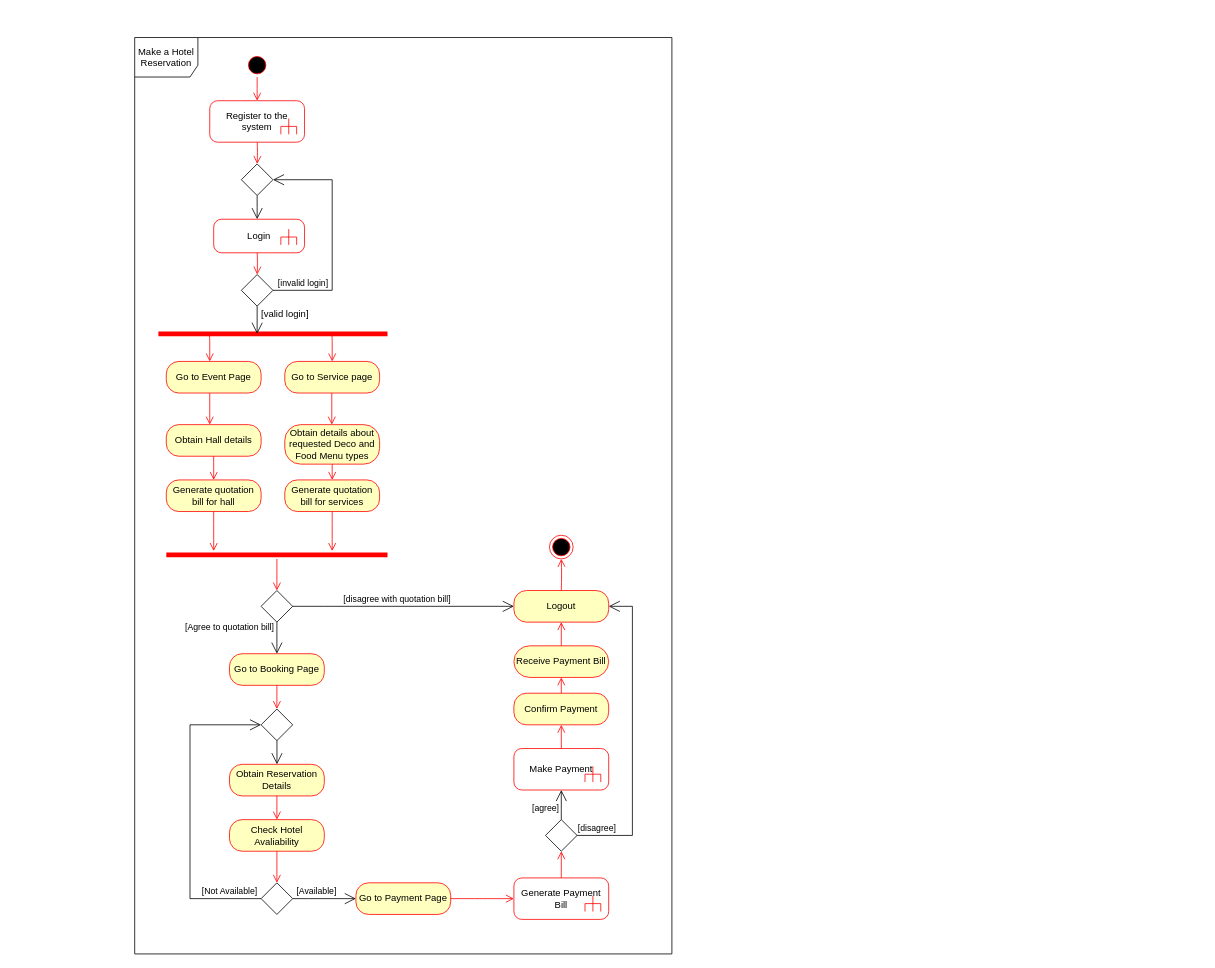
YuchiraJA/ITP-Project-Diagrams keeps this draw.io diagram as Activity Diagram - View Library items(Student).drawio. Above is the earlier version. Source tidied: cells renumbered, new cells numbered last; positions are measured from the earlier drawing's top-left corner, leaving out a move shared by most shapes. Both pictures are drawn from the tidied source at 79%, with x=0, y=0 at pixel (134, 37).
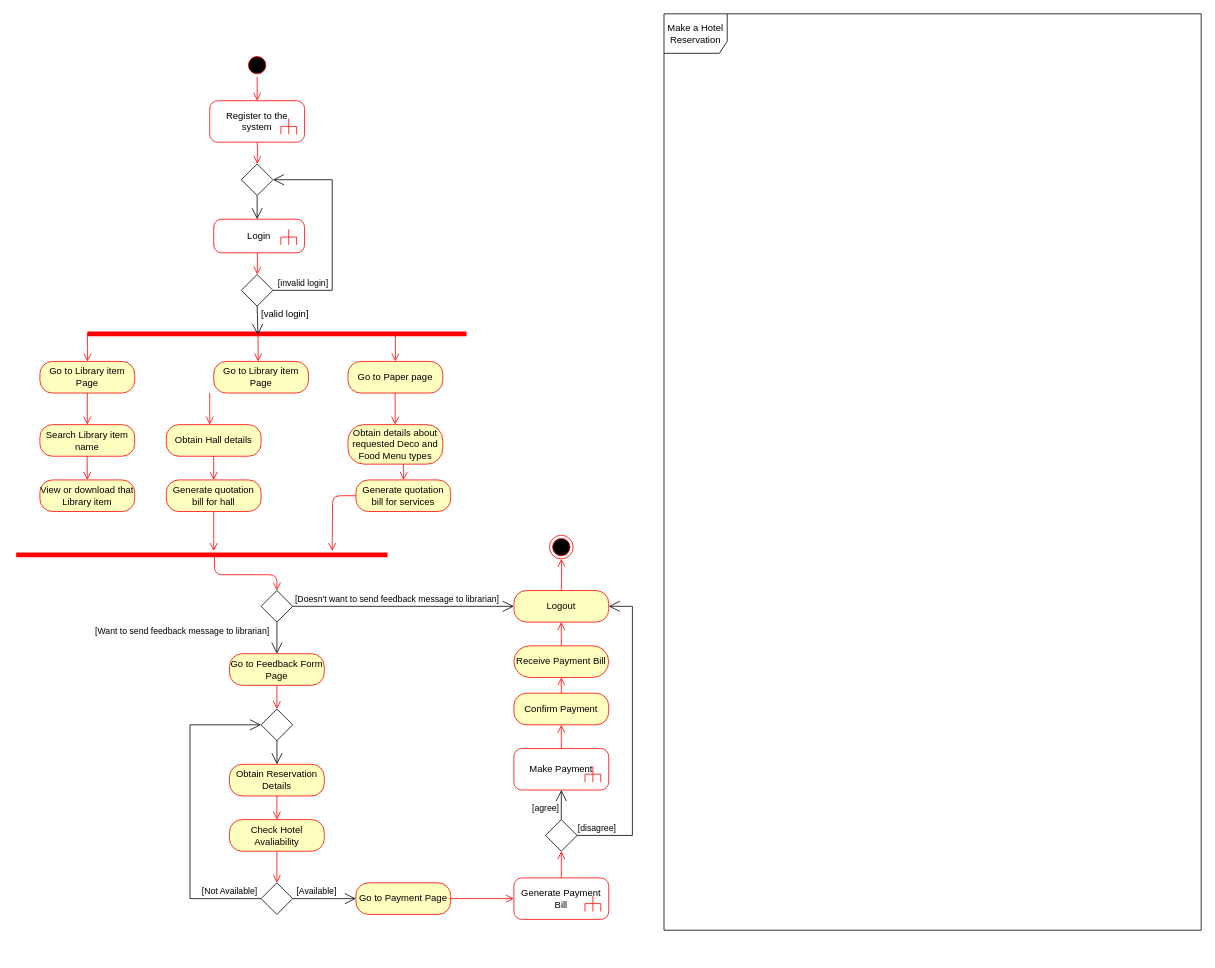
The same diagram, later.

Unchanged cells that the change refers to:
```xml
<mxCell id="8" style="shape=rhombus;html=1;verticalLabelPosition=bottom;verticalAlignment=top;" parent="1" vertex="1">
  <mxGeometry x="135" y="300" width="40" height="40" as="geometry" />
</mxCell>
<mxCell id="29" style="shape=rhombus;html=1;verticalLabelPosition=bottom;verticalAlignment=top;" parent="1" vertex="1">
  <mxGeometry x="160" y="700" width="40" height="40" as="geometry" />
</mxCell>
<mxCell id="51" value="Logout" style="rounded=1;whiteSpace=wrap;html=1;arcSize=40;fontColor=#000000;fillColor=#ffffc0;strokeColor=#ff0000;" parent="1" vertex="1">
  <mxGeometry x="480" y="700" width="120" height="40" as="geometry" />
</mxCell>
```

Diff of the diagram source:
```diff
@@
     <mxCell id="10" style="shape=line;html=1;strokeWidth=6;strokeColor=#ff0000;" parent="1" vertex="1">
-      <mxGeometry x="30" y="370" width="290" height="10" as="geometry" />
+      <mxGeometry x="-60" y="370" width="480" height="10" as="geometry" />
     </mxCell>
-    <mxCell id="11" style="edgeStyle=orthogonalEdgeStyle;html=1;verticalAlign=bottom;endArrow=open;endSize=8;strokeColor=#ff0000;exitX=0.75;exitY=0.5;exitDx=0;exitDy=0;exitPerimeter=0;entryX=0.5;entryY=0;entryDx=0;entryDy=0;" parent="1" edge="1" source="10" target="13">
+    <mxCell id="11" style="edgeStyle=orthogonalEdgeStyle;html=1;verticalAlign=bottom;endArrow=open;endSize=8;strokeColor=#ff0000;entryX=0.5;entryY=0;entryDx=0;entryDy=0;" parent="1" edge="1" target="13">
       <mxGeometry relative="1" as="geometry">
+        <mxPoint x="330" y="375" as="sourcePoint" />
         <Array as="points">
-          <mxPoint x="250" y="375" />
+          <mxPoint x="330" y="375" />
         </Array>
       </mxGeometry>
     </mxCell>
-    <mxCell id="12" value="Go to Event Page" style="rounded=1;whiteSpace=wrap;html=1;arcSize=40;fontColor=#000000;fillColor=#ffffc0;strokeColor=#ff0000;" parent="1" vertex="1">
-      <mxGeometry x="40" y="410" width="120" height="40" as="geometry" />
+    <mxCell id="12" value="Go to Library item Page" style="rounded=1;whiteSpace=wrap;html=1;arcSize=40;fontColor=#000000;fillColor=#ffffc0;strokeColor=#ff0000;" parent="1" vertex="1">
+      <mxGeometry x="100" y="410" width="120" height="40" as="geometry" />
     </mxCell>
-    <mxCell id="13" value="Go to Service page" style="rounded=1;whiteSpace=wrap;html=1;arcSize=40;fontColor=#000000;fillColor=#ffffc0;strokeColor=#ff0000;" parent="1" vertex="1">
-      <mxGeometry x="190" y="410" width="120" height="40" as="geometry" />
+    <mxCell id="13" value="Go to Paper page" style="rounded=1;whiteSpace=wrap;html=1;arcSize=40;fontColor=#000000;fillColor=#ffffc0;strokeColor=#ff0000;" parent="1" vertex="1">
+      <mxGeometry x="270" y="410" width="120" height="40" as="geometry" />
     </mxCell>
-    <mxCell id="14" style="endArrow=open;endFill=1;endSize=12;html=1;exitX=0.5;exitY=1;exitDx=0;exitDy=0;entryX=0.431;entryY=0.509;entryDx=0;entryDy=0;entryPerimeter=0;" parent="1" edge="1" source="8" target="10">
+    <mxCell id="14" style="endArrow=open;endFill=1;endSize=12;html=1;exitX=0.5;exitY=1;exitDx=0;exitDy=0;entryX=0.45;entryY=0.671;entryDx=0;entryDy=0;entryPerimeter=0;" parent="1" edge="1" source="8" target="10">
       <mxGeometry relative="1" as="geometry" />
     </mxCell>
@@
     <mxCell id="18" value="Obtain details about requested Deco and Food Menu types" style="rounded=1;whiteSpace=wrap;html=1;arcSize=40;fontColor=#000000;fillColor=#ffffc0;strokeColor=#ff0000;" parent="1" vertex="1">
-      <mxGeometry x="190" y="490" width="120" height="50" as="geometry" />
+      <mxGeometry x="270" y="490" width="120" height="50" as="geometry" />
     </mxCell>
-    <mxCell id="19" style="edgeStyle=orthogonalEdgeStyle;html=1;verticalAlign=bottom;endArrow=open;endSize=8;strokeColor=#ff0000;" parent="1" edge="1" source="18">
+    <mxCell id="19" style="edgeStyle=orthogonalEdgeStyle;html=1;verticalAlign=bottom;endArrow=open;endSize=8;strokeColor=#ff0000;entryX=0.5;entryY=0;entryDx=0;entryDy=0;" parent="1" edge="1" target="25">
       <mxGeometry relative="1" as="geometry">
-        <mxPoint x="250" y="560" as="targetPoint" />
+        <mxPoint x="340" y="540" as="sourcePoint" />
       </mxGeometry>
     </mxCell>
     <mxCell id="20" style="edgeStyle=orthogonalEdgeStyle;html=1;verticalAlign=bottom;endArrow=open;endSize=8;strokeColor=#ff0000;exitX=0.75;exitY=0.5;exitDx=0;exitDy=0;exitPerimeter=0;entryX=0.5;entryY=0;entryDx=0;entryDy=0;" parent="1" edge="1">
       <mxGeometry relative="1" as="geometry">
-        <mxPoint x="92.5" y="375" as="sourcePoint" />
-        <mxPoint x="95" y="410" as="targetPoint" />
+        <mxPoint x="153.8" y="375" as="sourcePoint" />
+        <mxPoint x="156.2" y="410" as="targetPoint" />
         <Array as="points">
-          <mxPoint x="95" y="375" />
+          <mxPoint x="156.2" y="375" />
         </Array>
       </mxGeometry>
     </mxCell>
     <mxCell id="21" style="edgeStyle=orthogonalEdgeStyle;html=1;verticalAlign=bottom;endArrow=open;endSize=8;strokeColor=#ff0000;" parent="1" edge="1">
       <mxGeometry relative="1" as="geometry">
-        <mxPoint x="249.5" y="450" as="sourcePoint" />
-        <mxPoint x="249.5" y="490" as="targetPoint" />
+        <mxPoint x="329.7" y="450" as="sourcePoint" />
+        <mxPoint x="329.7" y="490" as="targetPoint" />
       </mxGeometry>
     </mxCell>
@@
     <mxCell id="25" value="Generate quotation bill for services" style="rounded=1;whiteSpace=wrap;html=1;arcSize=40;fontColor=#000000;fillColor=#ffffc0;strokeColor=#ff0000;" parent="1" vertex="1">
-      <mxGeometry x="190" y="560" width="120" height="40" as="geometry" />
+      <mxGeometry x="280" y="560" width="120" height="40" as="geometry" />
     </mxCell>
@@
     <mxCell id="27" style="shape=line;html=1;strokeWidth=6;strokeColor=#ff0000;" parent="1" vertex="1">
-      <mxGeometry x="40" y="650" width="280" height="10" as="geometry" />
+      <mxGeometry x="-150" y="650" width="470" height="10" as="geometry" />
     </mxCell>
-    <mxCell id="28" style="edgeStyle=orthogonalEdgeStyle;html=1;verticalAlign=bottom;endArrow=open;endSize=8;strokeColor=#ff0000;entryX=0.5;entryY=0;entryDx=0;entryDy=0;" parent="1" edge="1" source="27" target="29">
+    <mxCell id="28" style="edgeStyle=orthogonalEdgeStyle;html=1;verticalAlign=bottom;endArrow=open;endSize=8;strokeColor=#ff0000;entryX=0.5;entryY=0;entryDx=0;entryDy=0;exitX=0.534;exitY=0.533;exitDx=0;exitDy=0;exitPerimeter=0;" parent="1" edge="1" source="27" target="29">
       <mxGeometry relative="1" as="geometry" />
     </mxCell>
@@
-    <mxCell id="30" value="[disagree with quotation bill]" style="edgeStyle=elbowEdgeStyle;html=1;elbow=vertical;verticalAlign=bottom;endArrow=open;rounded=0;labelBackgroundColor=none;endSize=12;entryX=0;entryY=0.5;entryDx=0;entryDy=0;" parent="1" edge="1" source="29" target="51">
+    <mxCell id="30" value="[Doesn't want to send feedback message to librarian]" style="edgeStyle=elbowEdgeStyle;html=1;elbow=vertical;verticalAlign=bottom;endArrow=open;rounded=0;labelBackgroundColor=none;endSize=12;entryX=0;entryY=0.5;entryDx=0;entryDy=0;" parent="1" edge="1" source="29" target="51">
       <mxGeometry x="-0.06" relative="1" as="geometry">
         <Array as="points">
           <mxPoint x="240" y="720" />
         </Array>
       </mxGeometry>
     </mxCell>
-    <mxCell id="31" value="[Agree to quotation bill]" style="edgeStyle=elbowEdgeStyle;html=1;elbow=vertical;verticalAlign=bottom;endArrow=open;rounded=0;labelBackgroundColor=none;endSize=12;" parent="1" edge="1" source="29">
-      <mxGeometry x="-0.2" y="-60" relative="1" as="geometry">
+    <mxCell id="31" value="[Want to send feedback message to librarian]" style="edgeStyle=elbowEdgeStyle;html=1;elbow=vertical;verticalAlign=bottom;endArrow=open;rounded=0;labelBackgroundColor=none;endSize=12;" parent="1" edge="1" source="29">
+      <mxGeometry y="-120" relative="1" as="geometry">
         <mxPoint x="180" y="780" as="targetPoint" />
         <Array as="points">
           <mxPoint x="90" y="750" />
           <mxPoint x="180" y="775" />
         </Array>
       </mxGeometry>
     </mxCell>
-    <mxCell id="32" value="Go to Booking Page" style="rounded=1;whiteSpace=wrap;html=1;arcSize=40;fontColor=#000000;fillColor=#ffffc0;strokeColor=#ff0000;" parent="1" vertex="1">
+    <mxCell id="32" value="Go to Feedback Form Page" style="rounded=1;whiteSpace=wrap;html=1;arcSize=40;fontColor=#000000;fillColor=#ffffc0;strokeColor=#ff0000;" parent="1" vertex="1">
       <mxGeometry x="120" y="780" width="120" height="40" as="geometry" />
     </mxCell>
@@
     <mxCell id="41" value="Make a Hotel Reservation" style="shape=umlFrame;whiteSpace=wrap;html=1;width=80;height=50;" parent="1" vertex="1">
-      <mxGeometry width="680" height="1160" as="geometry" />
+      <mxGeometry x="670" y="-30" width="680" height="1160" as="geometry" />
     </mxCell>
@@
+    <mxCell id="62" value="Go to Library item Page" style="rounded=1;whiteSpace=wrap;html=1;arcSize=40;fontColor=#000000;fillColor=#ffffc0;strokeColor=#ff0000;" parent="1" vertex="1">
+      <mxGeometry x="-120" y="410" width="120" height="40" as="geometry" />
+    </mxCell>
+    <mxCell id="63" value="Search Library item name" style="rounded=1;whiteSpace=wrap;html=1;arcSize=40;fontColor=#000000;fillColor=#ffffc0;strokeColor=#ff0000;" parent="1" vertex="1">
+      <mxGeometry x="-120" y="490" width="120" height="40" as="geometry" />
+    </mxCell>
+    <mxCell id="64" value="View or download that Library item" style="rounded=1;whiteSpace=wrap;html=1;arcSize=40;fontColor=#000000;fillColor=#ffffc0;strokeColor=#ff0000;" parent="1" vertex="1">
+      <mxGeometry x="-120" y="560" width="120" height="40" as="geometry" />
+    </mxCell>
+    <mxCell id="65" style="edgeStyle=orthogonalEdgeStyle;html=1;verticalAlign=bottom;endArrow=open;endSize=8;strokeColor=#ff0000;entryX=0.5;entryY=0;entryDx=0;entryDy=0;" parent="1" edge="1" target="62">
+      <mxGeometry relative="1" as="geometry">
+        <mxPoint x="-60" y="375" as="sourcePoint" />
+      </mxGeometry>
+    </mxCell>
+    <mxCell id="66" style="edgeStyle=orthogonalEdgeStyle;html=1;verticalAlign=bottom;endArrow=open;endSize=8;strokeColor=#ff0000;" parent="1" edge="1">
+      <mxGeometry relative="1" as="geometry">
+        <mxPoint x="-60" y="450" as="sourcePoint" />
+        <mxPoint x="-60" y="490" as="targetPoint" />
+        <Array as="points">
+          <mxPoint x="-60" y="450" />
+          <mxPoint x="-60" y="450" />
+        </Array>
+      </mxGeometry>
+    </mxCell>
+    <mxCell id="67" style="edgeStyle=orthogonalEdgeStyle;html=1;verticalAlign=bottom;endArrow=open;endSize=8;strokeColor=#ff0000;" parent="1" edge="1">
+      <mxGeometry relative="1" as="geometry">
+        <mxPoint x="-60.2" y="530" as="sourcePoint" />
+        <mxPoint x="-60" y="560" as="targetPoint" />
+        <Array as="points">
+          <mxPoint x="-60.2" y="530" />
+          <mxPoint x="-60.2" y="530" />
+        </Array>
+      </mxGeometry>
+    </mxCell>
```
